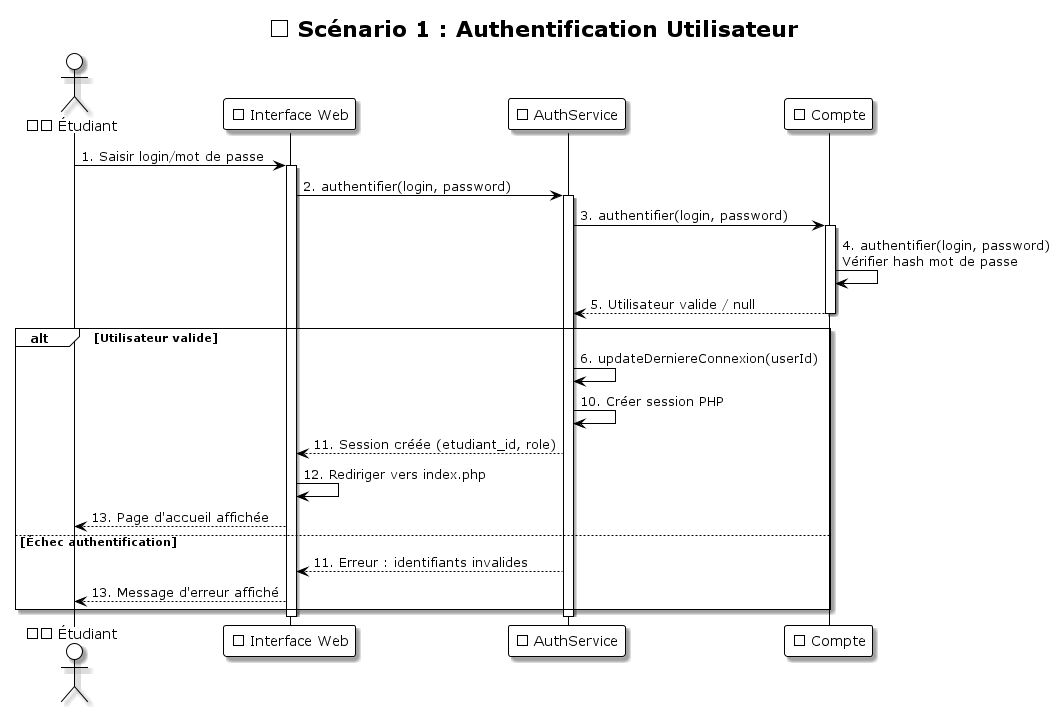
Before: UML/diagrammes_sequence/Sequence_01_Authentification.png, a diagram exported from PlantUML (LLAbdul/LLAbdul-projet-tutoplus).
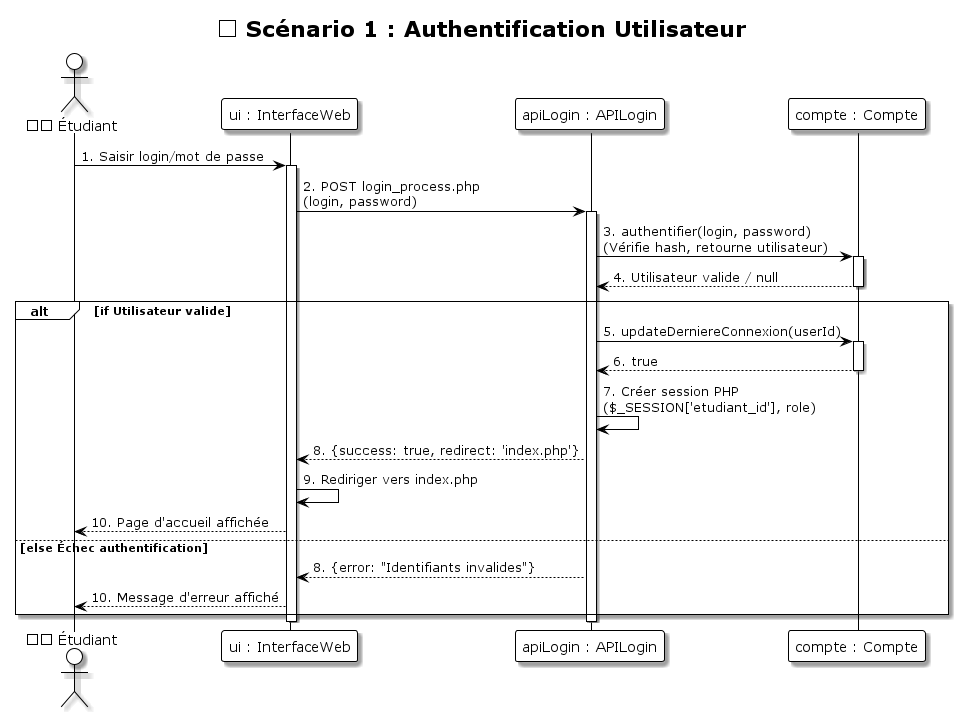
The same diagram one commit later.

Commit message:
update diagrame de sequence

Diff of the diagram source:
```diff
@@ -6,35 +6,36 @@
 title 🔐 Scénario 1 : Authentification Utilisateur
 
 actor "👨‍🎓 Étudiant" as Etudiant
-participant "🌐 Interface Web" as UI
-participant "🔐 AuthService" as AuthService
-participant "🔐 Compte" as Compte
+participant "ui : InterfaceWeb" as UI
+participant "apiLogin : APILogin" as API
+participant "compte : Compte" as Compte
 
 Etudiant -> UI: 1. Saisir login/mot de passe
 activate UI
 
-UI -> AuthService: 2. authentifier(login, password)
-activate AuthService
+UI -> API: 2. POST login_process.php\n(login, password)
+activate API
 
-AuthService -> Compte: 3. authentifier(login, password)
+API -> Compte: 3. authentifier(login, password)\n(Vérifie hash, retourne utilisateur)
 activate Compte
-
-Compte -> Compte: 4. authentifier(login, password)\nVérifier hash mot de passe
-Compte --> AuthService: 5. Utilisateur valide / null
+Compte --> API: 4. Utilisateur valide / null
 deactivate Compte
 
-alt Utilisateur valide
-    AuthService -> AuthService: 6. updateDerniereConnexion(userId)
+alt if Utilisateur valide
+    API -> Compte: 5. updateDerniereConnexion(userId)
+    activate Compte
+    Compte --> API: 6. true
+    deactivate Compte
 
-    AuthService -> AuthService: 10. Créer session PHP
-    AuthService --> UI: 11. Session créée (etudiant_id, role)
-    UI -> UI: 12. Rediriger vers index.php
-    UI --> Etudiant: 13. Page d'accueil affichée
-else Échec authentification
-    AuthService --> UI: 11. Erreur : identifiants invalides
-    UI --> Etudiant: 13. Message d'erreur affiché
+    API -> API: 7. Créer session PHP\n($_SESSION['etudiant_id'], role)
+    API --> UI: 8. {success: true, redirect: 'index.php'}
+    UI -> UI: 9. Rediriger vers index.php
+    UI --> Etudiant: 10. Page d'accueil affichée
+else else Échec authentification
+    API --> UI: 8. {error: "Identifiants invalides"}
+    UI --> Etudiant: 10. Message d'erreur affiché
 end
 
-deactivate AuthService
+deactivate API
 deactivate UI
 @enduml
```
